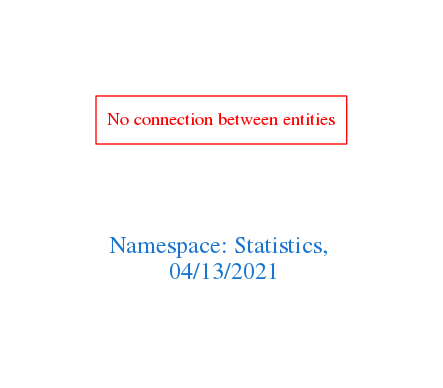
Earlier version of the Graphviz export downloads/Statistics.png (arago/OGIT). Its source is kept beside it as downloads/Statistics.dot.
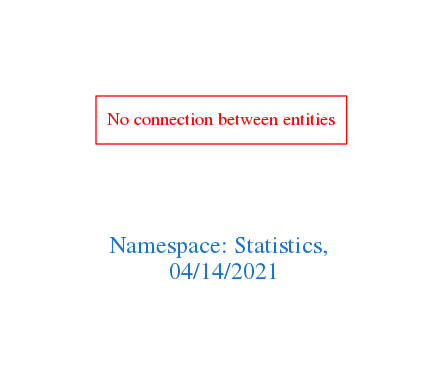
After the change.

Change to the diagram source:
```diff
@@ -1,7 +1,7 @@
 digraph OGIT_ontology {
  graph [ rankdir= LR,pad=1
 fontsize = 18,
-fontcolor= dodgerblue3,label = "\n\n\nNamespace: Statistics, \n 04/13/2021"];
+fontcolor= dodgerblue3,label = "\n\n\nNamespace: Statistics, \n 04/14/2021"];
 node[shape=polygon];
 edge [  color="gray81"];
 
```
